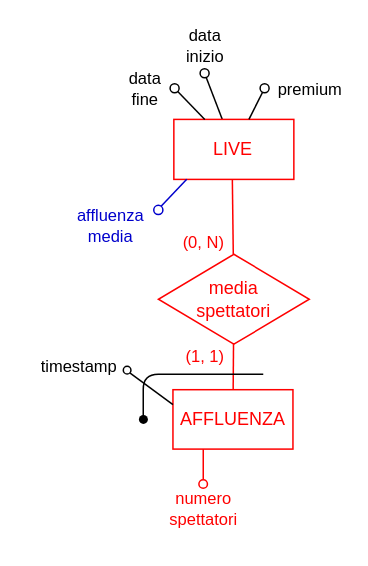
Earlier version of the draw.io diagram Progetto Esame - DBSperimentazioni A.A. 2023-2024/Diagrammi/ridondanze/2.3.1.2_rid_2_cor.drawio (Mattron2000/Basi_di_dati). Source tidied: cells renumbered, new cells numbered last; positions are measured from the earlier drawing's top-left corner, leaving out a move shared by most shapes. Both pictures are drawn from the tidied source at 150%, with x=0, y=0 at pixel (26, 72).
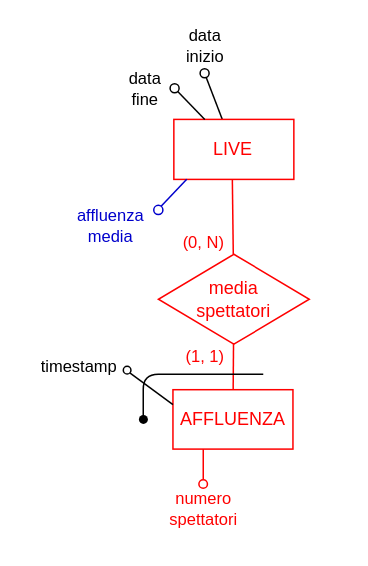
Above is the later version.

The change refers to these unchanged cells:
```xml
<mxCell id="4" value="&lt;font color=&quot;#ff0000&quot;&gt;LIVE&lt;/font&gt;" style="whiteSpace=wrap;html=1;strokeColor=#FF0000;" parent="1" vertex="1">
  <mxGeometry x="98.4" y="31.1" width="80" height="40" as="geometry" />
</mxCell>
```

What changed in the source:
```diff
@@
-    <mxCell id="5" style="edgeStyle=none;shape=connector;rounded=1;fillStyle=auto;html=1;labelBackgroundColor=default;strokeColor=default;strokeWidth=1;fontFamily=Helvetica;fontSize=11;fontColor=default;endArrow=none;endFill=0;startSize=6;endSize=6;fillColor=#000000;startArrow=oval;startFill=0;" parent="1" edge="1" target="4">
-      <mxGeometry relative="1" as="geometry">
-        <mxPoint x="158.9" y="10.3" as="sourcePoint" />
-      </mxGeometry>
-    </mxCell>
-    <mxCell id="6" value="premium" style="edgeLabel;html=1;align=center;verticalAlign=middle;fontSize=11;fontFamily=Helvetica;fontColor=default;" parent="5" vertex="1">
-      <mxGeometry x="-0.26" y="1" relative="1" as="geometry">
-        <mxPoint x="33" y="-8" as="offset" />
-      </mxGeometry>
-    </mxCell>
```
